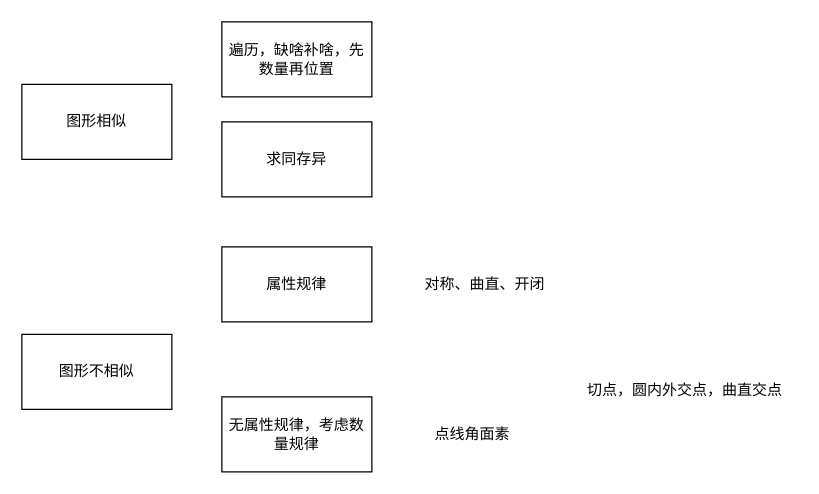
cguank/gong keeps this draw.io diagram as 判断.drawio. Above is the earlier version. Source tidied: cells renumbered, new cells numbered last; positions are measured from the earlier drawing's top-left corner, leaving out a move shared by most shapes. Both pictures are drawn from the tidied source at 125%, with x=0, y=0 at pixel (21, 21).
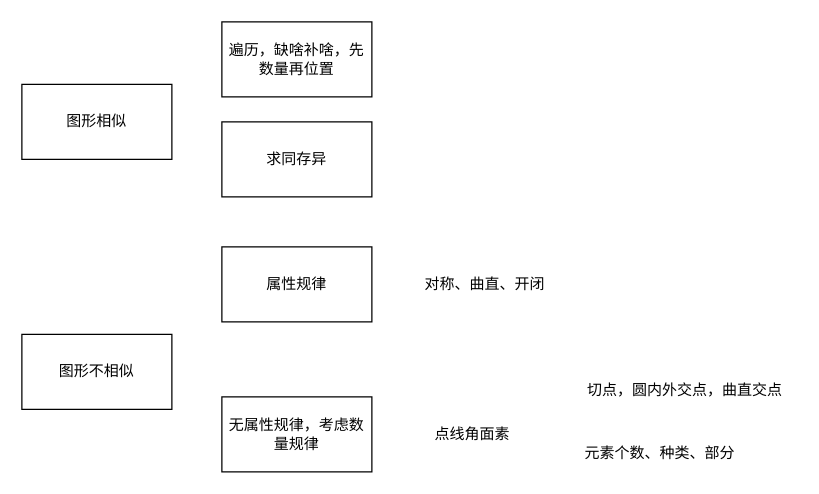
The same page after the edit.

The edit, as a diff of the source:
```diff
@@
 <mxGraphModel>
   <root>
     <mxCell id="0" />
     <mxCell id="1" parent="0" />
     <mxCell id="2" value="图形相似" style="whiteSpace=wrap;html=1;" parent="1" vertex="1">
       <mxGeometry y="50" width="120" height="60" as="geometry" />
     </mxCell>
     <mxCell id="3" value="遍历，缺啥补啥，先数量再位置" style="whiteSpace=wrap;html=1;" parent="1" vertex="1">
       <mxGeometry x="160" width="120" height="60" as="geometry" />
     </mxCell>
     <mxCell id="4" value="求同存异" style="whiteSpace=wrap;html=1;" parent="1" vertex="1">
       <mxGeometry x="160" y="80" width="120" height="60" as="geometry" />
     </mxCell>
     <mxCell id="5" value="图形不相似" style="whiteSpace=wrap;html=1;" parent="1" vertex="1">
       <mxGeometry y="250" width="120" height="60" as="geometry" />
     </mxCell>
     <mxCell id="6" value="属性规律" style="whiteSpace=wrap;html=1;" parent="1" vertex="1">
       <mxGeometry x="160" y="180" width="120" height="60" as="geometry" />
     </mxCell>
     <mxCell id="7" value="对称、曲直、开闭" style="text;html=1;align=center;verticalAlign=middle;strokeColor=none;fillColor=none;" parent="1" vertex="1">
       <mxGeometry x="310" y="195" width="120" height="30" as="geometry" />
     </mxCell>
     <mxCell id="8" value="无属性规律，考虑数量规律" style="whiteSpace=wrap;html=1;" parent="1" vertex="1">
       <mxGeometry x="160" y="300" width="120" height="60" as="geometry" />
     </mxCell>
     <mxCell id="9" value="点线角面素" style="text;html=1;align=center;verticalAlign=middle;strokeColor=none;fillColor=none;" parent="1" vertex="1">
       <mxGeometry x="320" y="315" width="80" height="30" as="geometry" />
     </mxCell>
     <mxCell id="10" value="切点，圆内外交点，曲直交点" style="text;html=1;align=center;verticalAlign=middle;strokeColor=none;fillColor=none;" parent="1" vertex="1">
       <mxGeometry x="440" y="280" width="180" height="30" as="geometry" />
     </mxCell>
+    <mxCell id="11" value="元素个数、种类、部分" style="text;html=1;align=center;verticalAlign=middle;strokeColor=none;fillColor=none;" parent="1" vertex="1">
+      <mxGeometry x="440" y="330" width="140" height="30" as="geometry" />
+    </mxCell>
   </root>
 </mxGraphModel>
```
